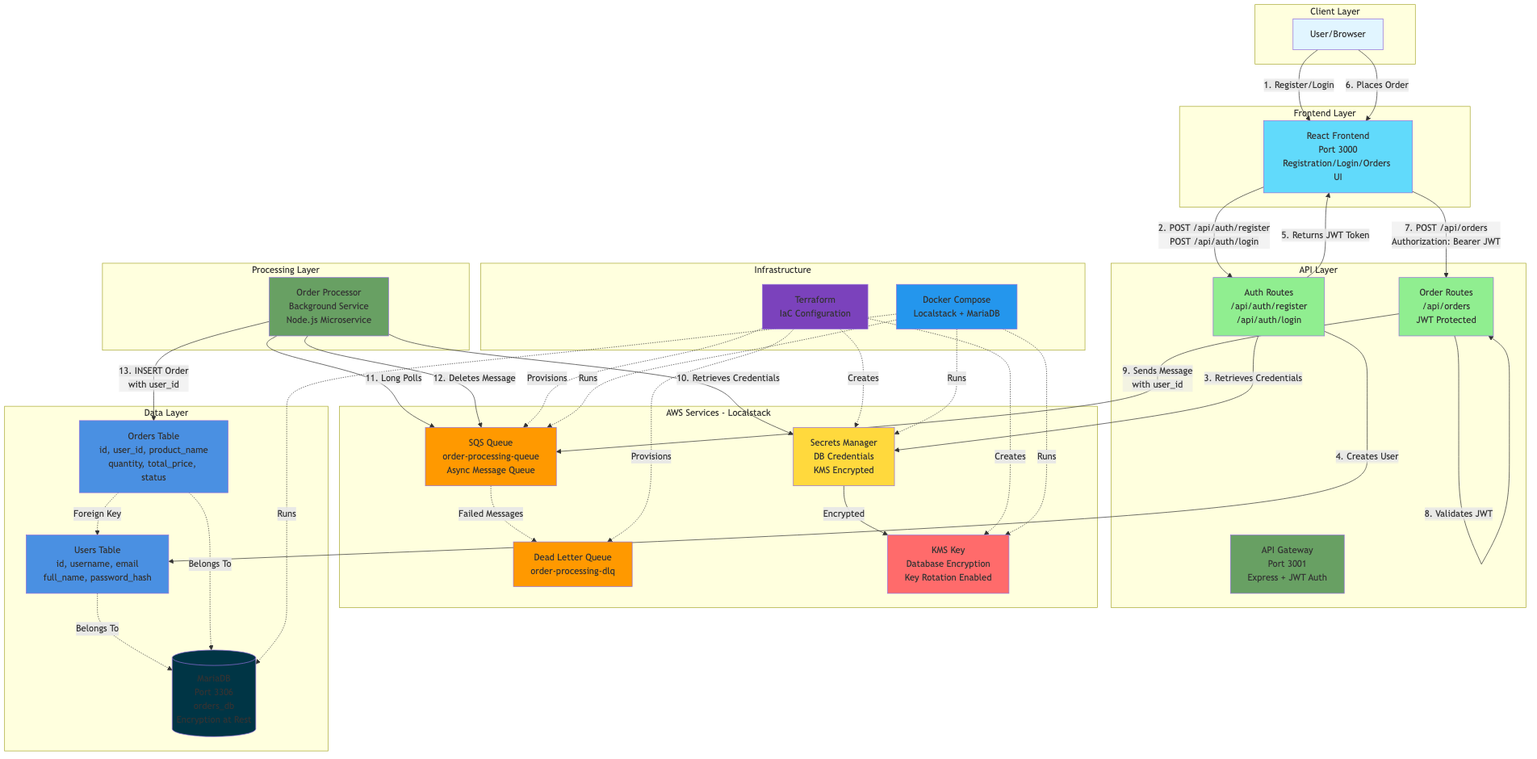
Before: docs/architecture.png, a diagram exported from Mermaid (tkersh/echobase). Its source is kept beside it as docs/architecture.mmd.
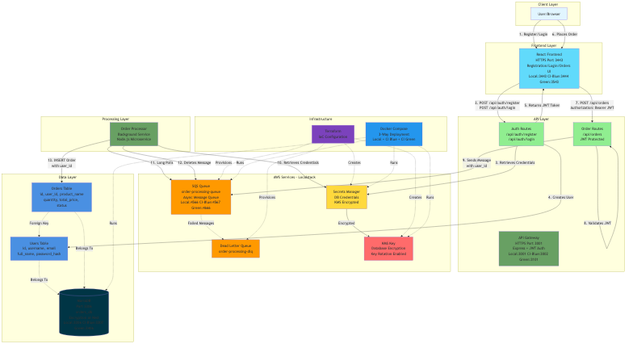
The same diagram one commit later.

Change to the diagram source:
```diff
@@ -3,36 +3,45 @@
         User[User/Browser]
     end
 
-    subgraph "Frontend Layer"
-        React[React Frontend<br/>Port 3000<br/>Registration/Login/Orders UI]
+    subgraph "Ephemeral Application Layer - Dev-Local/Green"
+        subgraph "Frontend Layer"
+            React[React Frontend<br/>HTTPS Port 3443/3543<br/>Registration/Login/Orders UI]
+        end
+
+        subgraph "API Layer"
+            API[API Gateway<br/>HTTPS Port 3001/3101<br/>Express + JWT Auth]
+            Auth[Auth Routes<br/>/api/auth/register<br/>/api/auth/login]
+            Orders[Order Routes<br/>/api/orders<br/>JWT Protected]
+        end
+
+        subgraph "AWS Services - Localstack"
+            SQS[SQS Queue<br/>order-processing-queue<br/>Async Message Queue<br/>Port 4566/4666]
+            DLQ[Dead Letter Queue<br/>order-processing-dlq]
+            KMS[KMS Key<br/>Database Encryption<br/>Key Rotation Enabled]
+            Secrets[Secrets Manager<br/>DB Credentials<br/>KMS Encrypted]
+        end
+
+        subgraph "Processing Layer"
+            Processor[Order Processor<br/>Background Service<br/>Node.js Microservice]
+        end
     end
 
-    subgraph "API Layer"
-        API[API Gateway<br/>Port 3001<br/>Express + JWT Auth]
-        Auth[Auth Routes<br/>/api/auth/register<br/>/api/auth/login]
-        Orders[Order Routes<br/>/api/orders<br/>JWT Protected]
+    subgraph "Durable Infrastructure Layer - Persists Across Deployments"
+        subgraph "Data Layer"
+            MariaDBDev[(Dev-Local Database<br/>echobase-durable-mariadb<br/>Port 3306<br/>orders_db<br/>Encryption at Rest)]
+            MariaDBCI[(CI Database<br/>echobase-ci-durable-mariadb<br/>Port 3307<br/>orders_db<br/>Encryption at Rest)]
+        end
+
+        subgraph "Database Schema"
+            Users[Users Table<br/>id, username, email<br/>full_name, password_hash]
+            OrdersTable[Orders Table<br/>id, user_id, product_name<br/>quantity, total_price, status]
+        end
     end
 
-    subgraph "AWS Services - Localstack"
-        SQS[SQS Queue<br/>order-processing-queue<br/>Async Message Queue]
-        DLQ[Dead Letter Queue<br/>order-processing-dlq]
-        KMS[KMS Key<br/>Database Encryption<br/>Key Rotation Enabled]
-        Secrets[Secrets Manager<br/>DB Credentials<br/>KMS Encrypted]
-    end
-
-    subgraph "Processing Layer"
-        Processor[Order Processor<br/>Background Service<br/>Node.js Microservice]
-    end
-
-    subgraph "Data Layer"
-        MariaDB[(MariaDB<br/>Port 3306<br/>orders_db<br/>Encryption at Rest)]
-        Users[Users Table<br/>id, username, email<br/>full_name, password_hash]
-        OrdersTable[Orders Table<br/>id, user_id, product_name<br/>quantity, total_price, status]
-    end
-
-    subgraph "Infrastructure"
-        Terraform[Terraform<br/>IaC Configuration]
-        Docker[Docker Compose<br/>Localstack + MariaDB]
+    subgraph "Infrastructure Management"
+        Terraform[Terraform<br/>Provisions AWS Resources<br/>SQS, KMS, Secrets Manager]
+        DurableSetup[Durable Infrastructure<br/>./durable/setup.sh<br/>dev-local or ci]
+        AppDocker[Application Docker Compose<br/>Blue-Green Deployment<br/>Ephemeral Services]
     end
 
     User -->|1. Register/Login| React
@@ -54,17 +63,28 @@
     Processor -->|13. INSERT Order<br/>with user_id| OrdersTable
 
     OrdersTable -.->|Foreign Key| Users
-    Users -.->|Belongs To| MariaDB
-    OrdersTable -.->|Belongs To| MariaDB
+    Users -.->|Belongs To| MariaDBDev
+    Users -.->|Belongs To| MariaDBCI
+    OrdersTable -.->|Belongs To| MariaDBDev
+    OrdersTable -.->|Belongs To| MariaDBCI
 
     Terraform -.->|Provisions| SQS
     Terraform -.->|Provisions| DLQ
     Terraform -.->|Creates| KMS
     Terraform -.->|Creates| Secrets
-    Docker -.->|Runs| SQS
-    Docker -.->|Runs| MariaDB
-    Docker -.->|Runs| KMS
-    Docker -.->|Runs| Secrets
+
+    DurableSetup -.->|Creates & Manages| MariaDBDev
+    DurableSetup -.->|Creates & Manages| MariaDBCI
+
+    AppDocker -.->|Runs Ephemeral| React
+    AppDocker -.->|Runs Ephemeral| API
+    AppDocker -.->|Runs Ephemeral| Processor
+    AppDocker -.->|Runs Ephemeral| SQS
+
+    Auth -.->|Connects via<br/>durable-network| MariaDBDev
+    Auth -.->|Connects via<br/>durable-ci-network| MariaDBCI
+    Processor -.->|Connects via<br/>durable-network| MariaDBDev
+    Processor -.->|Connects via<br/>durable-ci-network| MariaDBCI
 
     style User fill:#e1f5ff
     style React fill:#61dafb
@@ -76,8 +96,10 @@
     style KMS fill:#ff6b6b
     style Secrets fill:#ffd93d
     style Processor fill:#68a063
-    style MariaDB fill:#003545
+    style MariaDBDev fill:#003545
+    style MariaDBCI fill:#003545
     style Users fill:#4a90e2
     style OrdersTable fill:#4a90e2
     style Terraform fill:#7b42bc
-    style Docker fill:#2496ed
+    style DurableSetup fill:#7b42bc
+    style AppDocker fill:#2496ed
```
